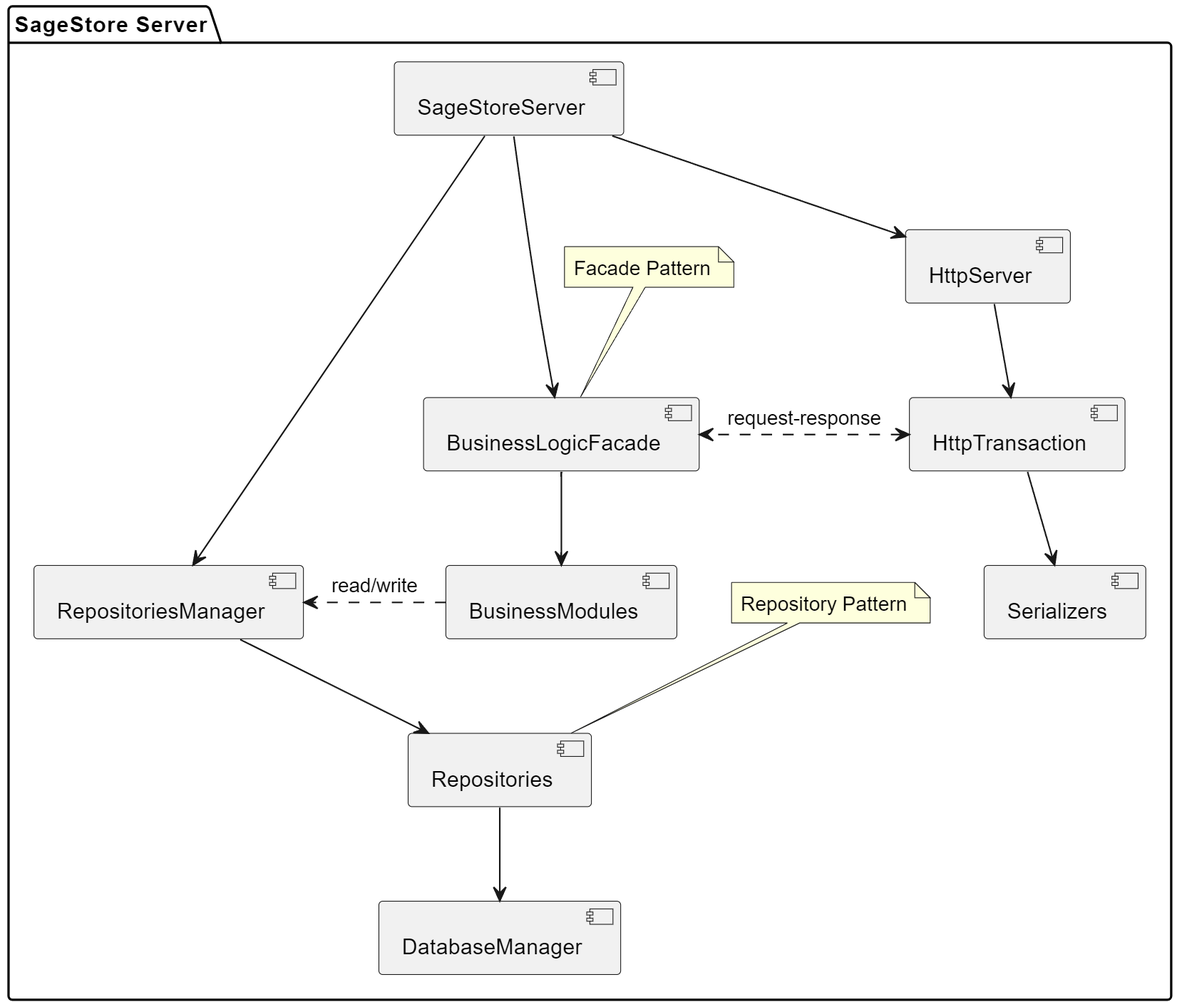
Above: docs/server/Server_Design.png in Sage-Cat/SageStore (PlantUML), before the change. Its source is kept beside it as docs/server/plantuml/Server_Design.puml.
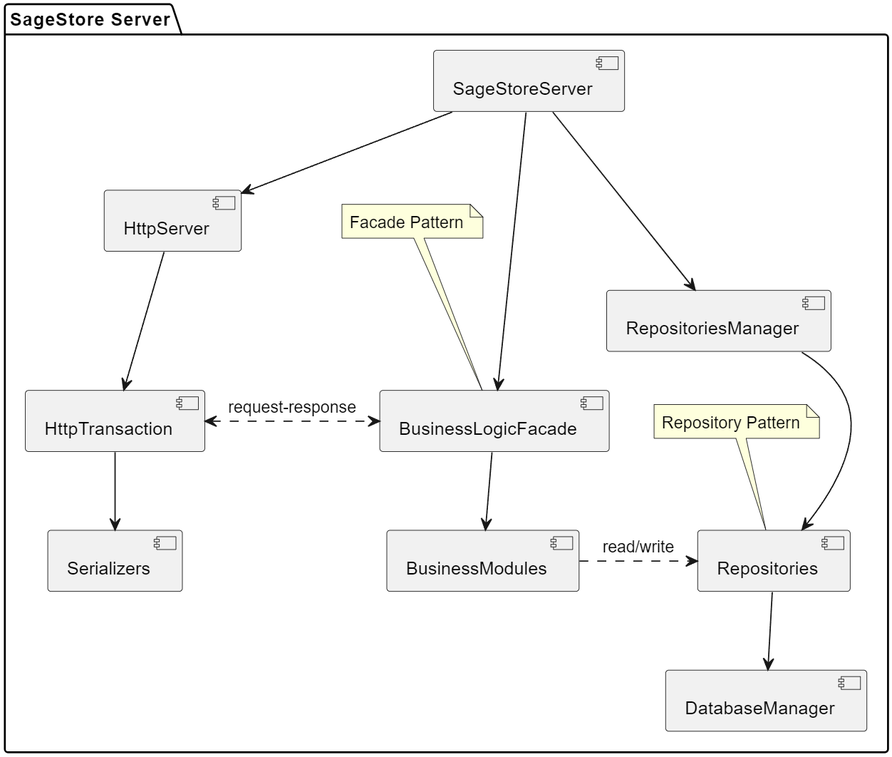
The same file after the commit.

Diff of the diagram source:
```diff
@@ -25,7 +25,7 @@
     RM -down-> R
     R -down-> DM
 
-    BM .> RM : "read/write"
+    BM .> R : "read/write"
 
     note "Repository Pattern" as RepoNote1
     RepoNote1 .. R
```
